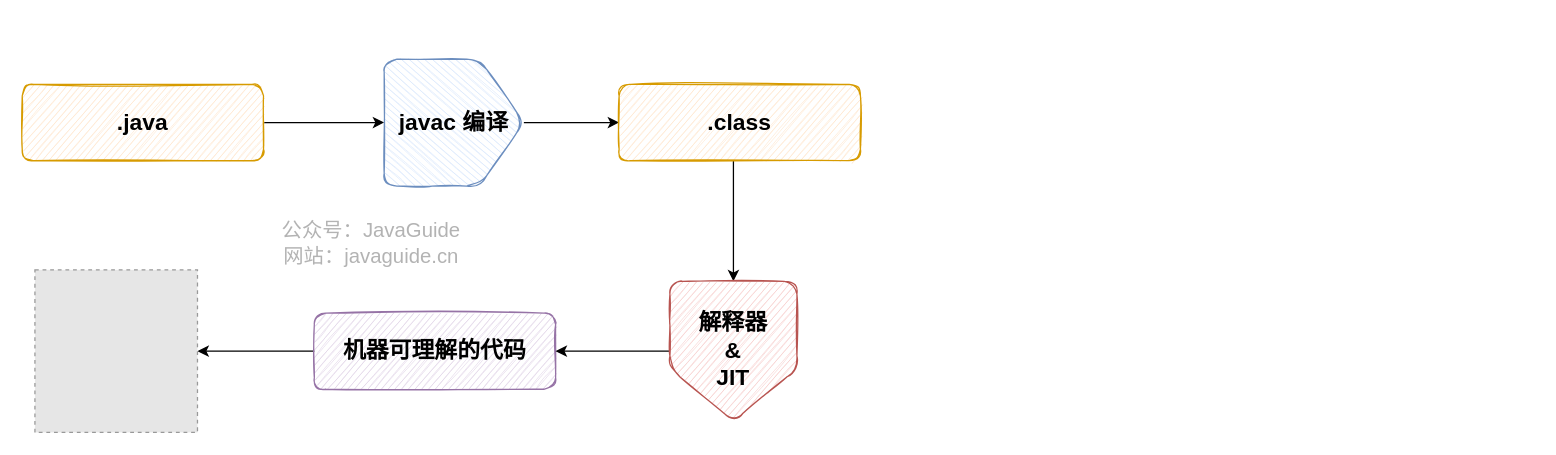
The draw.io diagram docs/java/basis/images/java-code-to-machine-code.drawio in Snailclimb/JavaGuide, before the edit. Source tidied: cells renumbered, new cells numbered last; positions are measured from the earlier drawing's top-left corner, leaving out a move shared by most shapes. Both pictures are drawn from the tidied source at 127%, with x=0, y=0 at pixel (22, 52). Pictures stored in the file or linked from it are replaced by grey dashed boxes.
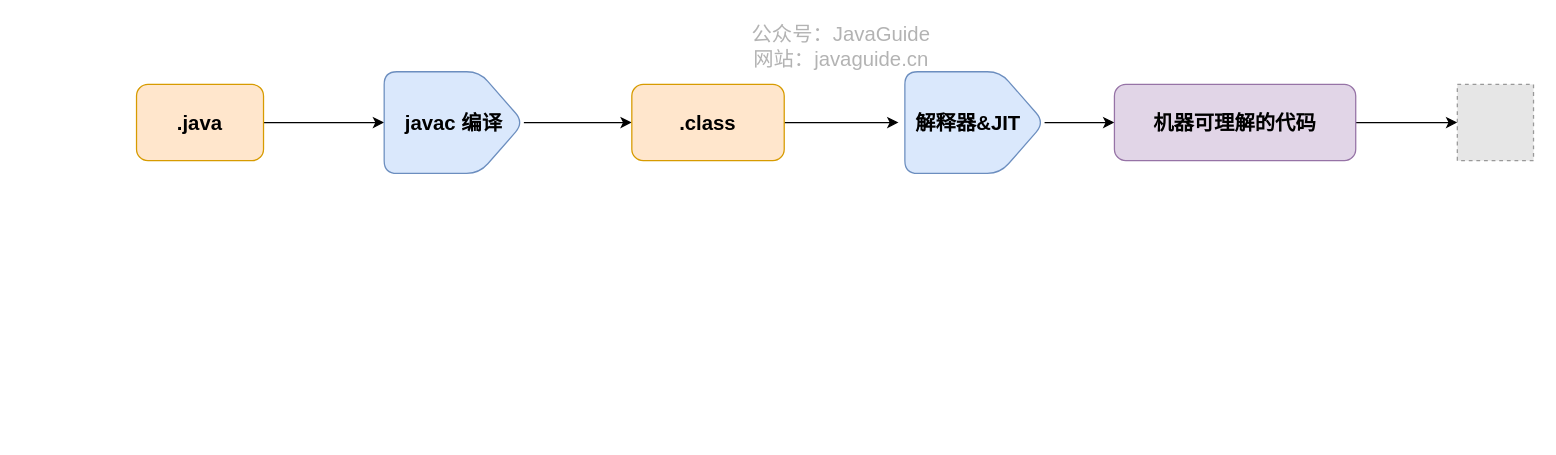
The same diagram, later.

Change to the diagram source:
```diff
@@
 <mxGraphModel>
   <root>
     <mxCell id="0" />
     <mxCell id="1" parent="0" />
+    <mxCell id="15" style="edgeStyle=orthogonalEdgeStyle;rounded=0;jettySize=auto;html=1;entryX=0;entryY=0.5;entryDx=0;entryDy=0;fontSize=16;sketch=0;" parent="1" edge="1" source="16" target="7">
+      <mxGeometry relative="1" as="geometry" />
+    </mxCell>
+    <mxCell id="16" style="shape=offPageConnector;whiteSpace=wrap;html=1;rounded=1;strokeColor=#6c8ebf;fillColor=#dae8fc;sketch=0;rotation=-90;size=0.3181818181818182;fontSize=16;" parent="1" vertex="1">
+      <mxGeometry x="710" width="80" height="110" as="geometry" />
+    </mxCell>
-    <mxCell id="2" style="edgeStyle=orthogonalEdgeStyle;rounded=0;jettySize=auto;html=1;" parent="1" edge="1" source="3" target="5">
+    <mxCell id="2" style="edgeStyle=orthogonalEdgeStyle;rounded=0;jettySize=auto;html=1;fontSize=16;sketch=0;" parent="1" edge="1" source="3" target="5">
       <mxGeometry relative="1" as="geometry" />
     </mxCell>
-    <mxCell id="3" value="&lt;span style=&quot;font-size: 18px&quot;&gt;&lt;b&gt;.java&lt;/b&gt;&lt;/span&gt;" style="rounded=1;whiteSpace=wrap;html=1;fillColor=#ffe6cc;strokeColor=#d79b00;sketch=1;" parent="1" vertex="1">
-      <mxGeometry y="25" width="190" height="60" as="geometry" />
+    <mxCell id="3" value="&lt;span style=&quot;font-size: 16px;&quot;&gt;&lt;b style=&quot;font-size: 16px;&quot;&gt;.java&lt;/b&gt;&lt;/span&gt;" style="rounded=1;whiteSpace=wrap;html=1;fillColor=#ffe6cc;strokeColor=#d79b00;sketch=0;fontSize=16;" parent="1" vertex="1">
+      <mxGeometry x="90" y="25" width="100" height="60" as="geometry" />
     </mxCell>
-    <mxCell id="4" style="edgeStyle=orthogonalEdgeStyle;rounded=0;jettySize=auto;html=1;fontSize=15;" parent="1" edge="1" source="5" target="9">
+    <mxCell id="4" style="edgeStyle=orthogonalEdgeStyle;rounded=0;jettySize=auto;html=1;fontSize=16;sketch=0;" parent="1" edge="1" source="5" target="9">
       <mxGeometry relative="1" as="geometry" />
     </mxCell>
-    <mxCell id="5" style="shape=offPageConnector;whiteSpace=wrap;html=1;rounded=1;strokeColor=#6c8ebf;fillColor=#dae8fc;sketch=1;rotation=-90;size=0.3181818181818182;" parent="1" vertex="1">
-      <mxGeometry x="290" width="100" height="110" as="geometry" />
+    <mxCell id="5" style="shape=offPageConnector;whiteSpace=wrap;html=1;rounded=1;strokeColor=#6c8ebf;fillColor=#dae8fc;sketch=0;rotation=-90;size=0.3181818181818182;fontSize=16;" parent="1" vertex="1">
+      <mxGeometry x="300" width="80" height="110" as="geometry" />
     </mxCell>
-    <mxCell id="6" style="edgeStyle=orthogonalEdgeStyle;rounded=0;jettySize=auto;html=1;" parent="1" edge="1" source="7" target="13">
-      <mxGeometry relative="1" as="geometry" />
-    </mxCell>
+    <mxCell id="17" style="edgeStyle=orthogonalEdgeStyle;rounded=0;jettySize=auto;html=1;entryX=0;entryY=0.5;entryDx=0;entryDy=0;fontSize=16;sketch=0;" parent="1" edge="1" source="7" target="18">
+      <mxGeometry relative="1" as="geometry" />
+    </mxCell>
-    <mxCell id="7" value="&lt;span style=&quot;font-size: 18px&quot;&gt;&lt;b&gt;机器可理解的代码&lt;/b&gt;&lt;/span&gt;" style="rounded=1;whiteSpace=wrap;html=1;fillColor=#e1d5e7;strokeColor=#9673a6;sketch=1;" parent="1" vertex="1">
-      <mxGeometry x="230" y="205" width="190" height="60" as="geometry" />
+    <mxCell id="7" value="&lt;span style=&quot;font-size: 16px;&quot;&gt;&lt;b style=&quot;font-size: 16px;&quot;&gt;机器可理解的代码&lt;/b&gt;&lt;/span&gt;" style="rounded=1;whiteSpace=wrap;html=1;fillColor=#e1d5e7;strokeColor=#9673a6;sketch=0;fontSize=16;" parent="1" vertex="1">
+      <mxGeometry x="860" y="25" width="190" height="60" as="geometry" />
     </mxCell>
-    <mxCell id="8" style="edgeStyle=orthogonalEdgeStyle;rounded=0;jettySize=auto;html=1;entryX=0.5;entryY=0;entryDx=0;entryDy=0;" parent="1" edge="1" source="9" target="12">
-      <mxGeometry relative="1" as="geometry">
-        <Array as="points">
-          <mxPoint x="560" y="115" />
-          <mxPoint x="560" y="115" />
-        </Array>
-      </mxGeometry>
+    <mxCell id="8" style="edgeStyle=orthogonalEdgeStyle;rounded=0;jettySize=auto;html=1;entryX=0;entryY=0.5;entryDx=0;entryDy=0;fontSize=16;sketch=0;" parent="1" edge="1" source="9" target="12">
+      <mxGeometry relative="1" as="geometry" />
     </mxCell>
-    <mxCell id="9" value="&lt;b style=&quot;font-size: 18px&quot;&gt;.class&lt;/b&gt;" style="rounded=1;whiteSpace=wrap;html=1;fillColor=#ffe6cc;strokeColor=#d79b00;sketch=1;" parent="1" vertex="1">
-      <mxGeometry x="470" y="25" width="190" height="60" as="geometry" />
+    <mxCell id="9" value="&lt;b style=&quot;font-size: 16px;&quot;&gt;.class&lt;/b&gt;" style="rounded=1;whiteSpace=wrap;html=1;fillColor=#ffe6cc;strokeColor=#d79b00;sketch=0;fontSize=16;" parent="1" vertex="1">
+      <mxGeometry x="480" y="25" width="120" height="60" as="geometry" />
     </mxCell>
-    <mxCell id="10" value="&lt;span style=&quot;font-size: 18px&quot;&gt;&lt;b&gt;javac 编译&lt;/b&gt;&lt;/span&gt;" style="text;html=1;strokeColor=none;fillColor=none;align=center;verticalAlign=middle;whiteSpace=wrap;rounded=0;fontSize=15;" parent="1" vertex="1">
+    <mxCell id="10" value="&lt;span style=&quot;font-size: 16px;&quot;&gt;&lt;b style=&quot;font-size: 16px;&quot;&gt;javac 编译&lt;/b&gt;&lt;/span&gt;" style="text;html=1;strokeColor=none;fillColor=none;align=center;verticalAlign=middle;whiteSpace=wrap;rounded=0;fontSize=16;sketch=0;" parent="1" vertex="1">
       <mxGeometry x="265" y="45" width="150" height="20" as="geometry" />
     </mxCell>
-    <mxCell id="11" style="edgeStyle=orthogonalEdgeStyle;rounded=0;jettySize=auto;html=1;" parent="1" edge="1" source="12" target="7">
-      <mxGeometry relative="1" as="geometry" />
-    </mxCell>
+    <mxCell id="14" value="公众号：JavaGuide&lt;br style=&quot;font-size: 16px;&quot;&gt;网站：javaguide.cn" style="text;html=1;strokeColor=none;fillColor=none;align=center;verticalAlign=middle;whiteSpace=wrap;rounded=0;labelBackgroundColor=none;fontSize=16;fontColor=#B3B3B3;rotation=0;sketch=0;shadow=0;" parent="1" vertex="1">
+      <mxGeometry x="560" y="-10" width="170" height="10" as="geometry" />
+    </mxCell>
+    <mxCell id="18" style="fillColor=#E6E6E6;strokeColor=#999999;dashed=1;verticalLabelPosition=bottom;labelBackgroundColor=#ffffff;verticalAlign=top;fontSize=16;" parent="1" vertex="1">
+      <mxGeometry x="1130" y="25" width="60" height="60" as="geometry" />
+    </mxCell>
-    <mxCell id="12" value="&lt;b style=&quot;font-size: 18px&quot;&gt;解释器&lt;br&gt;&amp;amp;&lt;br&gt;JIT&lt;/b&gt;" style="shape=offPageConnector;whiteSpace=wrap;html=1;rounded=1;strokeColor=#b85450;fillColor=#f8cecc;sketch=1;" parent="1" vertex="1">
-      <mxGeometry x="510" y="180" width="100" height="110" as="geometry" />
+    <mxCell id="12" value="&lt;div style=&quot;text-align: justify&quot;&gt;&lt;b&gt;解释器&lt;/b&gt;&lt;b&gt;&amp;amp;&lt;/b&gt;&lt;b&gt;JIT&lt;/b&gt;&lt;/div&gt;" style="text;html=1;strokeColor=none;fillColor=none;align=center;verticalAlign=middle;whiteSpace=wrap;rounded=0;fontSize=16;sketch=0;" parent="1" vertex="1">
+      <mxGeometry x="690" y="45" width="110" height="20" as="geometry" />
     </mxCell>
-    <mxCell id="13" style="fillColor=#E6E6E6;strokeColor=#999999;dashed=1;verticalLabelPosition=bottom;labelBackgroundColor=#ffffff;verticalAlign=top;" parent="1" vertex="1">
-      <mxGeometry x="10" y="171" width="128" height="128" as="geometry" />
-    </mxCell>
-    <mxCell id="14" value="公众号：JavaGuide&lt;br style=&quot;font-size: 16px&quot;&gt;网站：javaguide.cn" style="text;html=1;strokeColor=none;fillColor=none;align=center;verticalAlign=middle;whiteSpace=wrap;rounded=0;labelBackgroundColor=none;fontSize=16;fontColor=#B3B3B3;rotation=0;sketch=1;shadow=0;" parent="1" vertex="1">
-      <mxGeometry x="190" y="145" width="170" height="10" as="geometry" />
-    </mxCell>
   </root>
 </mxGraphModel>
```
